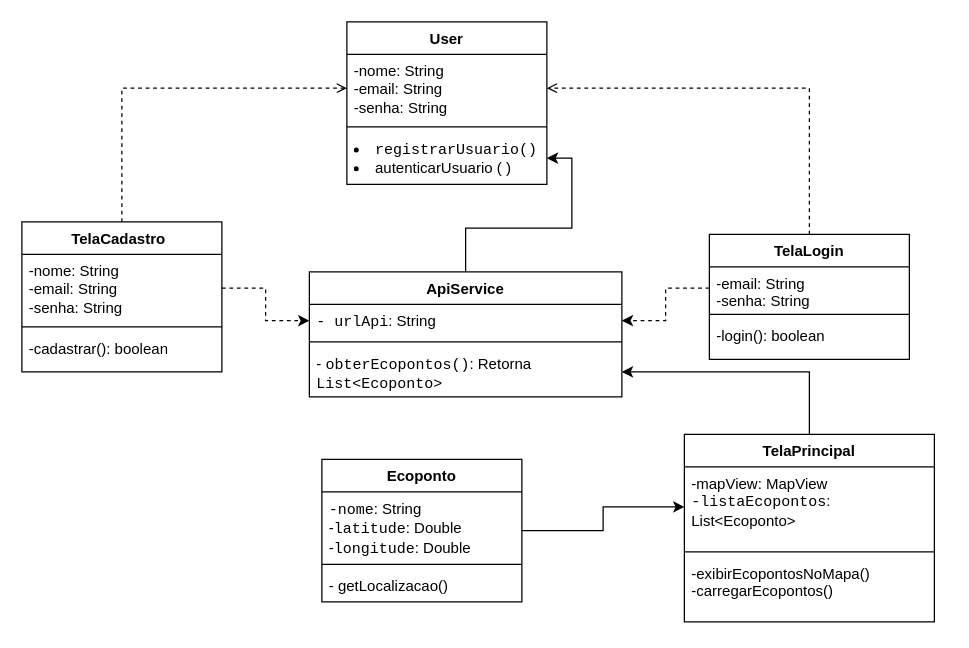
Above: Documentos/Diagrama de Classes.drawio in JoaoPauloColombo/Projeto1 (draw.io), before the change. Source tidied: cells renumbered, new cells numbered last; positions are measured from the earlier drawing's top-left corner, leaving out a move shared by most shapes. Both pictures are drawn from the tidied source at 125%, with x=0, y=0 at pixel (21, 21).
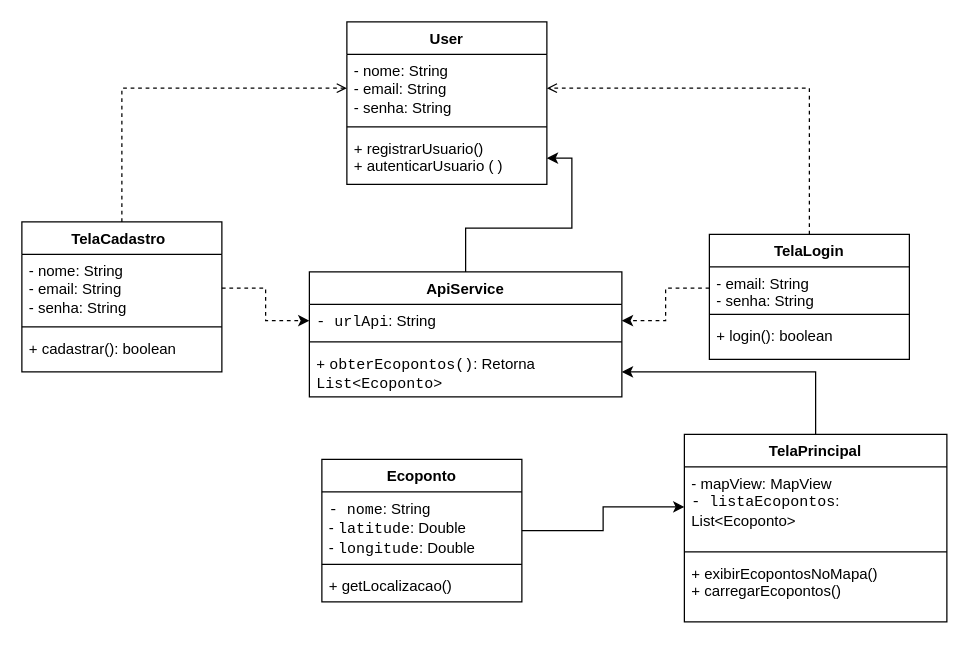
The same diagram, later.

Unchanged cells that the change refers to:
```xml
<mxCell id="3" value="TelaCadastro&lt;span style=&quot;white-space: pre;&quot;&gt;&#9;&lt;/span&gt;" style="swimlane;fontStyle=1;align=center;verticalAlign=top;horizontal=1;startSize=26;whiteSpace=wrap;html=1;" parent="1" vertex="1">
  <mxGeometry y="160" width="160" height="120" as="geometry" />
</mxCell>
<mxCell id="13" value="TelaLogin" style="swimlane;fontStyle=1;align=center;verticalAlign=top;horizontal=1;startSize=26;whiteSpace=wrap;html=1;" parent="1" vertex="1">
  <mxGeometry x="550" y="170" width="160" height="100" as="geometry" />
</mxCell>
<mxCell id="17" value="User" style="swimlane;fontStyle=1;align=center;verticalAlign=top;horizontal=1;startSize=26;whiteSpace=wrap;html=1;" parent="1" vertex="1">
  <mxGeometry x="260" width="160" height="130" as="geometry" />
</mxCell>
<mxCell id="22" value="ApiService" style="swimlane;fontStyle=1;align=center;verticalAlign=top;horizontal=1;startSize=26;whiteSpace=wrap;html=1;" parent="1" vertex="1">
  <mxGeometry x="230" y="200" width="250" height="100" as="geometry" />
</mxCell>
<mxCell id="26" value="Ecoponto" style="swimlane;fontStyle=1;align=center;verticalAlign=top;horizontal=1;startSize=26;whiteSpace=wrap;html=1;" parent="1" vertex="1">
  <mxGeometry x="240" y="350" width="160" height="114" as="geometry" />
</mxCell>
```

Diff of the diagram source:
```diff
@@
-    <mxCell id="4" value="-nome: String&lt;div&gt;-email: String&lt;/div&gt;&lt;div&gt;-senha: String&lt;/div&gt;" style="text;strokeColor=none;fillColor=none;align=left;verticalAlign=top;spacingLeft=4;spacingRight=4;overflow=hidden;points=[[0,0.5],[1,0.5]];portConstraint=eastwest;whiteSpace=wrap;html=1;" parent="3" vertex="1">
+    <mxCell id="4" value="- nome: String&lt;div&gt;- email: String&lt;/div&gt;&lt;div&gt;- senha: String&lt;/div&gt;" style="text;strokeColor=none;fillColor=none;align=left;verticalAlign=top;spacingLeft=4;spacingRight=4;overflow=hidden;points=[[0,0.5],[1,0.5]];portConstraint=eastwest;whiteSpace=wrap;html=1;" parent="3" vertex="1">
       <mxGeometry y="26" width="160" height="54" as="geometry" />
     </mxCell>
@@
-    <mxCell id="6" value="-cadastrar(): boolean" style="text;strokeColor=none;fillColor=none;align=left;verticalAlign=top;spacingLeft=4;spacingRight=4;overflow=hidden;whiteSpace=wrap;html=1;" parent="3" vertex="1">
+    <mxCell id="6" value="+ cadastrar(): boolean" style="text;strokeColor=none;fillColor=none;align=left;verticalAlign=top;spacingLeft=4;spacingRight=4;overflow=hidden;whiteSpace=wrap;html=1;" parent="3" vertex="1">
       <mxGeometry y="88" width="160" height="32" as="geometry" />
     </mxCell>
@@
     <mxCell id="8" value="TelaPrincipal" style="swimlane;fontStyle=1;align=center;verticalAlign=top;horizontal=1;startSize=26;whiteSpace=wrap;html=1;" parent="1" vertex="1">
-      <mxGeometry x="530" y="330" width="200" height="150" as="geometry" />
+      <mxGeometry x="530" y="330" width="210" height="150" as="geometry" />
     </mxCell>
-    <mxCell id="9" value="-mapView:&amp;nbsp;MapView&amp;nbsp;&lt;div&gt;&lt;code style=&quot;background-color: initial;&quot;&gt;-listaEcopontos&lt;/code&gt;&lt;span style=&quot;background-color: initial;&quot;&gt;: List&amp;lt;Ecoponto&amp;gt;&lt;/span&gt;&lt;div&gt;&lt;div&gt;&amp;nbsp;&lt;/div&gt;&lt;/div&gt;&lt;/div&gt;" style="text;strokeColor=none;fillColor=none;align=left;verticalAlign=top;spacingLeft=4;spacingRight=4;overflow=hidden;points=[[0,0.5],[1,0.5]];portConstraint=eastwest;whiteSpace=wrap;html=1;" parent="8" vertex="1">
-      <mxGeometry y="26" width="200" height="64" as="geometry" />
+    <mxCell id="9" value="- mapView:&amp;nbsp;MapView&amp;nbsp;&lt;div&gt;&lt;code style=&quot;background-color: initial;&quot;&gt;- listaEcopontos&lt;/code&gt;&lt;span style=&quot;background-color: initial;&quot;&gt;: List&amp;lt;Ecoponto&amp;gt;&lt;/span&gt;&lt;div&gt;&lt;div&gt;&amp;nbsp;&lt;/div&gt;&lt;/div&gt;&lt;/div&gt;" style="text;strokeColor=none;fillColor=none;align=left;verticalAlign=top;spacingLeft=4;spacingRight=4;overflow=hidden;points=[[0,0.5],[1,0.5]];portConstraint=eastwest;whiteSpace=wrap;html=1;" parent="8" vertex="1">
+      <mxGeometry y="26" width="210" height="64" as="geometry" />
     </mxCell>
     <mxCell id="10" style="line;strokeWidth=1;fillColor=none;align=left;verticalAlign=middle;spacingTop=-1;spacingLeft=3;spacingRight=3;labelPosition=right;strokeColor=inherit;" parent="8" vertex="1">
-      <mxGeometry y="90" width="200" height="8" as="geometry" />
+      <mxGeometry y="90" width="210" height="8" as="geometry" />
     </mxCell>
-    <mxCell id="11" value="&lt;span style=&quot;background-color: initial;&quot;&gt;-exibirEcopontosNoMapa()&lt;/span&gt;&lt;br&gt;&lt;span style=&quot;background-color: initial;&quot;&gt;-carregarEcopontos()&lt;/span&gt;" style="text;strokeColor=none;fillColor=none;align=left;verticalAlign=top;spacingLeft=4;spacingRight=4;overflow=hidden;whiteSpace=wrap;html=1;" parent="8" vertex="1">
-      <mxGeometry y="98" width="200" height="52" as="geometry" />
+    <mxCell id="11" value="&lt;span style=&quot;background-color: initial;&quot;&gt;+ exibirEcopontosNoMapa()&lt;/span&gt;&lt;br&gt;&lt;span style=&quot;background-color: initial;&quot;&gt;+ carregarEcopontos()&lt;/span&gt;" style="text;strokeColor=none;fillColor=none;align=left;verticalAlign=top;spacingLeft=4;spacingRight=4;overflow=hidden;whiteSpace=wrap;html=1;" parent="8" vertex="1">
+      <mxGeometry y="98" width="210" height="52" as="geometry" />
     </mxCell>
@@
-    <mxCell id="14" value="-email: String&lt;div&gt;-senha: String&lt;/div&gt;" style="text;strokeColor=none;fillColor=none;align=left;verticalAlign=top;spacingLeft=4;spacingRight=4;overflow=hidden;points=[[0,0.5],[1,0.5]];portConstraint=eastwest;whiteSpace=wrap;html=1;" parent="13" vertex="1">
+    <mxCell id="14" value="- email: String&lt;div&gt;- senha: String&lt;/div&gt;" style="text;strokeColor=none;fillColor=none;align=left;verticalAlign=top;spacingLeft=4;spacingRight=4;overflow=hidden;points=[[0,0.5],[1,0.5]];portConstraint=eastwest;whiteSpace=wrap;html=1;" parent="13" vertex="1">
       <mxGeometry y="26" width="160" height="34" as="geometry" />
     </mxCell>
@@
-    <mxCell id="16" value="-login(): boolean&lt;div&gt;&lt;br&gt;&lt;/div&gt;" style="text;strokeColor=none;fillColor=none;align=left;verticalAlign=top;spacingLeft=4;spacingRight=4;overflow=hidden;whiteSpace=wrap;html=1;" parent="13" vertex="1">
+    <mxCell id="16" value="+ login(): boolean&lt;div&gt;&lt;br&gt;&lt;/div&gt;" style="text;strokeColor=none;fillColor=none;align=left;verticalAlign=top;spacingLeft=4;spacingRight=4;overflow=hidden;whiteSpace=wrap;html=1;" parent="13" vertex="1">
       <mxGeometry y="68" width="160" height="32" as="geometry" />
     </mxCell>
@@
-    <mxCell id="18" value="-nome: String&lt;div&gt;-email: String&lt;/div&gt;&lt;div&gt;-senha: String&lt;/div&gt;" style="text;strokeColor=none;fillColor=none;align=left;verticalAlign=top;spacingLeft=4;spacingRight=4;overflow=hidden;points=[[0,0.5],[1,0.5]];portConstraint=eastwest;whiteSpace=wrap;html=1;" parent="17" vertex="1">
+    <mxCell id="18" value="- nome: String&lt;div&gt;- email: String&lt;/div&gt;&lt;div&gt;- senha: String&lt;/div&gt;" style="text;strokeColor=none;fillColor=none;align=left;verticalAlign=top;spacingLeft=4;spacingRight=4;overflow=hidden;points=[[0,0.5],[1,0.5]];portConstraint=eastwest;whiteSpace=wrap;html=1;" parent="17" vertex="1">
       <mxGeometry y="26" width="160" height="54" as="geometry" />
     </mxCell>
@@
-    <mxCell id="20" value="&lt;li&gt;&lt;code&gt;registrarUsuario()&lt;/code&gt;&lt;/li&gt;&lt;li&gt;autenticarUsuario ( )&lt;/li&gt;" style="text;strokeColor=none;fillColor=none;align=left;verticalAlign=top;spacingLeft=4;spacingRight=4;overflow=hidden;points=[[0,0.5],[1,0.5]];portConstraint=eastwest;whiteSpace=wrap;html=1;" parent="17" vertex="1">
+    <mxCell id="20" value="&lt;span style=&quot;background-color: initial;&quot;&gt;+ registrarUsuario()&lt;/span&gt;&lt;br&gt;&lt;span style=&quot;background-color: initial;&quot;&gt;+ autenticarUsuario ( )&lt;/span&gt;" style="text;strokeColor=none;fillColor=none;align=left;verticalAlign=top;spacingLeft=4;spacingRight=4;overflow=hidden;points=[[0,0.5],[1,0.5]];portConstraint=eastwest;whiteSpace=wrap;html=1;" parent="17" vertex="1">
       <mxGeometry y="88" width="160" height="42" as="geometry" />
     </mxCell>
@@
-    <mxCell id="25" value="&lt;span style=&quot;background-color: initial;&quot;&gt;-&amp;nbsp;&lt;/span&gt;&lt;code style=&quot;background-color: initial;&quot;&gt;obterEcopontos()&lt;/code&gt;&lt;span style=&quot;background-color: initial;&quot;&gt;: Retorna &lt;/span&gt;&lt;code style=&quot;background-color: initial;&quot;&gt;List&amp;lt;Ecoponto&amp;gt;&lt;/code&gt;&lt;h3&gt;&lt;/h3&gt;" style="text;strokeColor=none;fillColor=none;align=left;verticalAlign=top;spacingLeft=4;spacingRight=4;overflow=hidden;points=[[0,0.5],[1,0.5]];portConstraint=eastwest;whiteSpace=wrap;html=1;" parent="22" vertex="1">
+    <mxCell id="25" value="&lt;code style=&quot;background-color: initial;&quot;&gt;&lt;font face=&quot;Helvetica&quot;&gt;+&amp;nbsp;&lt;/font&gt;obterEcopontos()&lt;/code&gt;&lt;span style=&quot;background-color: initial;&quot;&gt;: Retorna &lt;/span&gt;&lt;code style=&quot;background-color: initial;&quot;&gt;List&amp;lt;Ecoponto&amp;gt;&lt;/code&gt;&lt;h3&gt;&lt;/h3&gt;" style="text;strokeColor=none;fillColor=none;align=left;verticalAlign=top;spacingLeft=4;spacingRight=4;overflow=hidden;points=[[0,0.5],[1,0.5]];portConstraint=eastwest;whiteSpace=wrap;html=1;" parent="22" vertex="1">
       <mxGeometry y="60" width="250" height="40" as="geometry" />
     </mxCell>
@@
-    <mxCell id="27" value="&lt;code style=&quot;background-color: initial;&quot;&gt;-nome&lt;/code&gt;&lt;span style=&quot;background-color: initial;&quot;&gt;: String&lt;/span&gt;&lt;br&gt;&lt;div&gt;&lt;span style=&quot;background-color: initial;&quot;&gt;-&lt;/span&gt;&lt;code style=&quot;background-color: initial;&quot;&gt;latitude&lt;/code&gt;&lt;span style=&quot;background-color: initial;&quot;&gt;: Double&lt;/span&gt;&lt;/div&gt;&lt;div&gt;&lt;span style=&quot;background-color: initial;&quot;&gt;-&lt;/span&gt;&lt;code style=&quot;background-color: initial;&quot;&gt;longitude&lt;/code&gt;&lt;span style=&quot;background-color: initial;&quot;&gt;: Double&lt;/span&gt;&lt;/div&gt;" style="text;strokeColor=none;fillColor=none;align=left;verticalAlign=top;spacingLeft=4;spacingRight=4;overflow=hidden;whiteSpace=wrap;html=1;" parent="26" vertex="1">
+    <mxCell id="27" value="&lt;code style=&quot;background-color: initial;&quot;&gt;- nome&lt;/code&gt;&lt;span style=&quot;background-color: initial;&quot;&gt;: String&lt;/span&gt;&lt;br&gt;&lt;div&gt;&lt;span style=&quot;background-color: initial;&quot;&gt;-&amp;nbsp;&lt;/span&gt;&lt;code style=&quot;background-color: initial;&quot;&gt;latitude&lt;/code&gt;&lt;span style=&quot;background-color: initial;&quot;&gt;: Double&lt;/span&gt;&lt;/div&gt;&lt;div&gt;&lt;span style=&quot;background-color: initial;&quot;&gt;-&amp;nbsp;&lt;/span&gt;&lt;code style=&quot;background-color: initial;&quot;&gt;longitude&lt;/code&gt;&lt;span style=&quot;background-color: initial;&quot;&gt;: Double&lt;/span&gt;&lt;/div&gt;" style="text;strokeColor=none;fillColor=none;align=left;verticalAlign=top;spacingLeft=4;spacingRight=4;overflow=hidden;whiteSpace=wrap;html=1;" parent="26" vertex="1">
       <mxGeometry y="26" width="160" height="54" as="geometry" />
     </mxCell>
@@
-    <mxCell id="29" value="&lt;span style=&quot;background-color: initial;&quot;&gt;- getLocalizacao()&lt;/span&gt;" style="text;strokeColor=none;fillColor=none;align=left;verticalAlign=top;spacingLeft=4;spacingRight=4;overflow=hidden;whiteSpace=wrap;html=1;" parent="26" vertex="1">
+    <mxCell id="29" value="&lt;span style=&quot;background-color: initial;&quot;&gt;+ getLocalizacao()&lt;/span&gt;" style="text;strokeColor=none;fillColor=none;align=left;verticalAlign=top;spacingLeft=4;spacingRight=4;overflow=hidden;whiteSpace=wrap;html=1;" parent="26" vertex="1">
       <mxGeometry y="88" width="160" height="26" as="geometry" />
     </mxCell>
```
